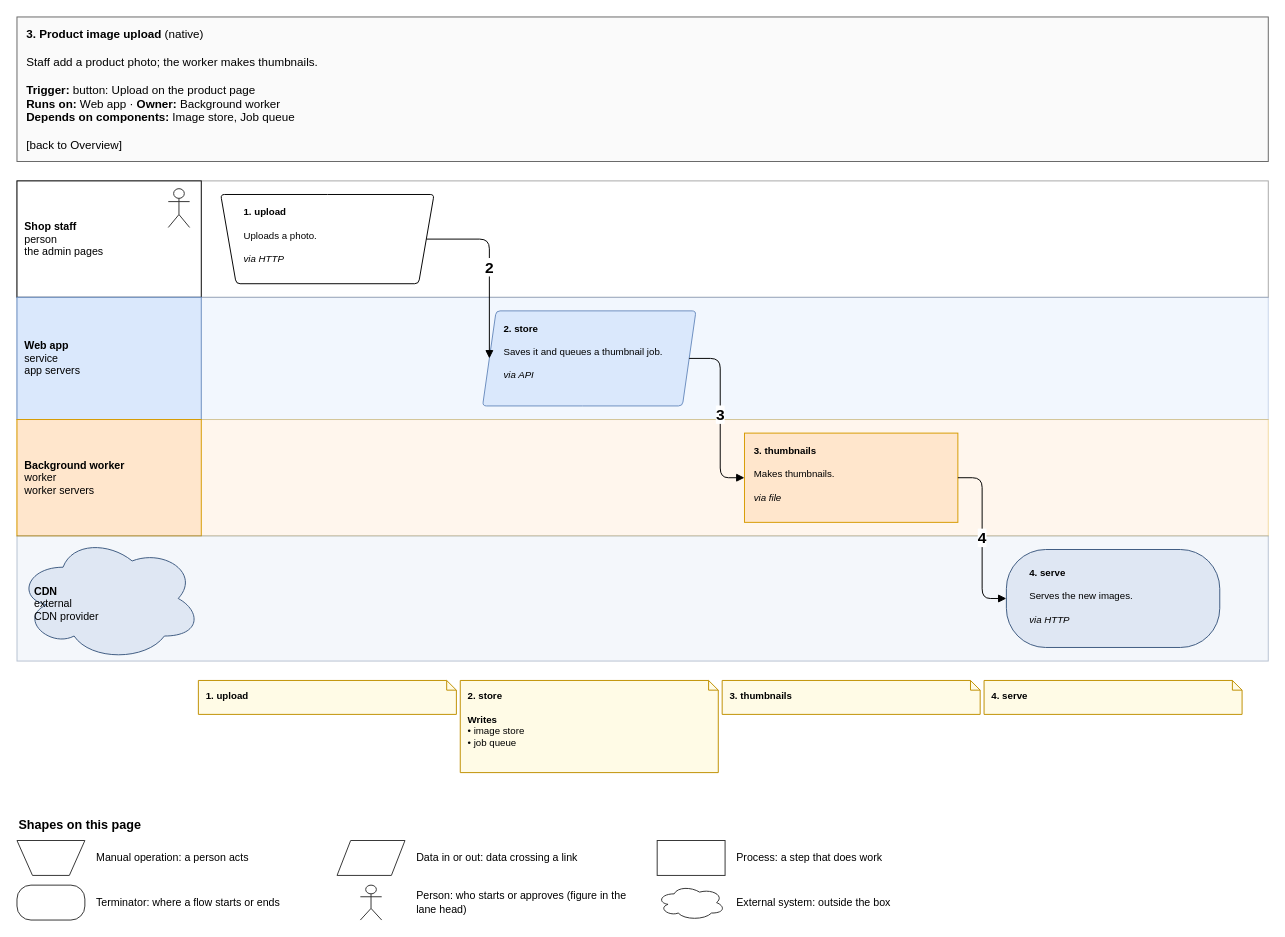
amalikn/skills_stuff keeps this draw.io diagram as page "3. Product image upload" (5 of 7) of specialists/platform/skill-drawio/examples/shop/drawio/flows.drawio. Above is the earlier version. Source tidied: cells renumbered, new cells numbered last; positions are measured from the earlier drawing's top-left corner, leaving out a move shared by most shapes. Both pictures are drawn from the tidied source at 97%, with x=0, y=0 at pixel (16, 16).
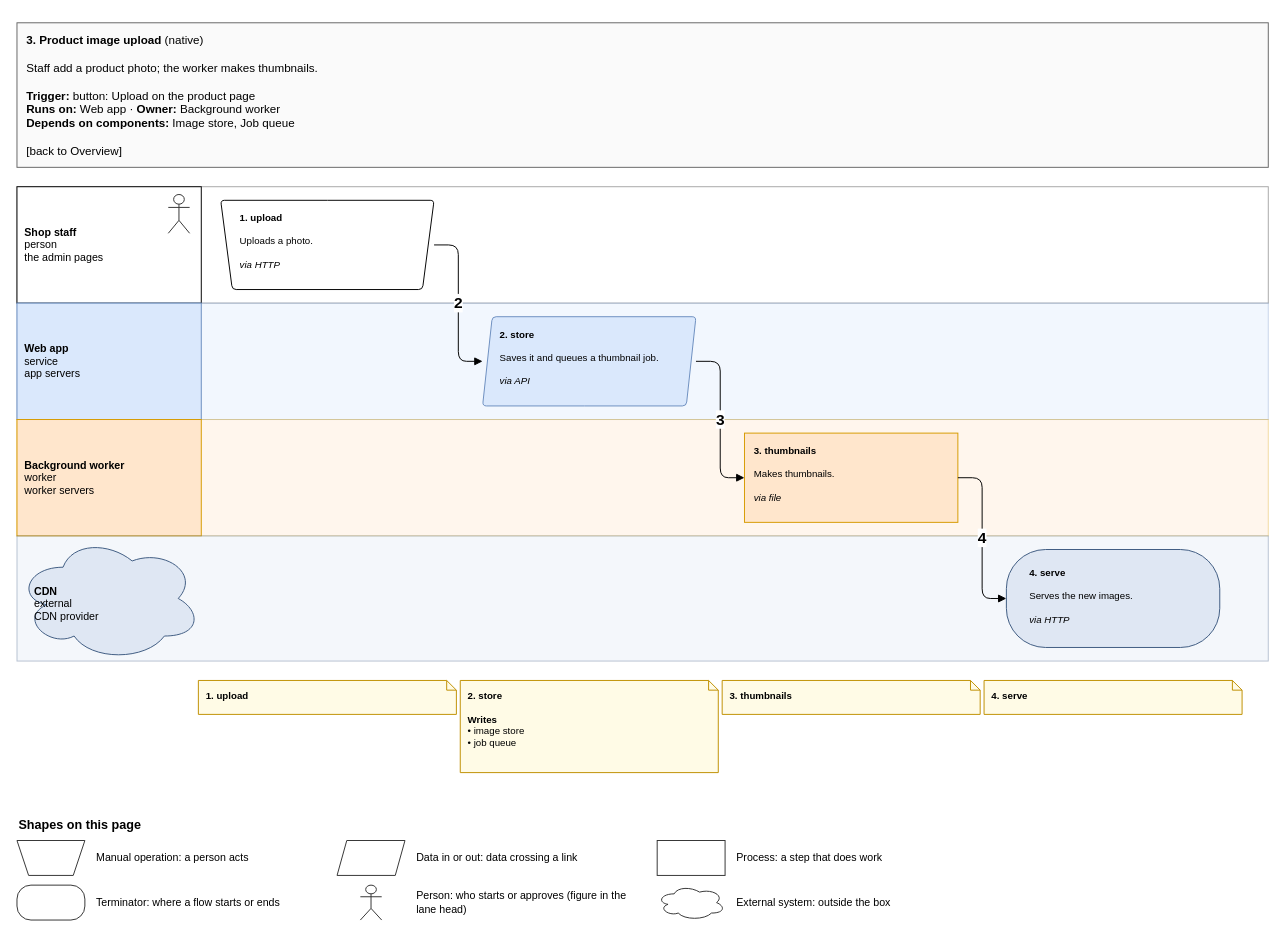
After the change.

Unchanged cells that the change refers to:
```xml
<mxCell id="16" value="&lt;b&gt;3. thumbnails&lt;/b&gt;&lt;br&gt; &lt;br&gt;Makes thumbnails.&lt;br&gt; &lt;br&gt;&lt;i&gt;via file&lt;/i&gt;" style="rounded=1;whiteSpace=wrap;html=1;fillColor=#ffe6cc;strokeColor=#d79b00;fontSize=11;arcSize=8;fontSize=10;align=left;verticalAlign=top;spacingLeft=8;spacingRight=6;spacingTop=6;rounded=0;" parent="1" vertex="1">
  <mxGeometry x="750" y="429" width="220" height="92" as="geometry" />
</mxCell>
```

The edit, as a diff of the source:
```diff
@@
     <mxCell id="2" value="&lt;b&gt;3. Product image upload&lt;/b&gt; (native)&lt;br&gt; &lt;br&gt;Staff add a product photo; the worker makes thumbnails.&lt;br&gt; &lt;br&gt;&lt;b&gt;Trigger:&lt;/b&gt; button: Upload on the product page&lt;br&gt;&lt;b&gt;Runs on:&lt;/b&gt; Web app · &lt;b&gt;Owner:&lt;/b&gt; Background worker&lt;br&gt;&lt;b&gt;Depends on components:&lt;/b&gt; Image store, Job queue&lt;br&gt; &lt;br&gt;[back to Overview]" style="rounded=0;whiteSpace=wrap;html=1;fillColor=#fafafa;strokeColor=#666666;align=left;verticalAlign=top;spacingLeft=8;spacingTop=4;fontSize=12;" parent="1" vertex="1">
-      <mxGeometry width="1290" height="149" as="geometry" />
+      <mxGeometry y="6" width="1290" height="149" as="geometry" />
     </mxCell>
     <mxCell id="3" style="rounded=0;html=1;fillColor=#ffffff;strokeColor=#000000;opacity=35;" parent="1" vertex="1">
-      <mxGeometry y="169" width="1290" height="120" as="geometry" />
+      <mxGeometry y="175" width="1290" height="120" as="geometry" />
     </mxCell>
     <mxCell id="4" value="&lt;b&gt;Shop staff&lt;/b&gt;&lt;br&gt;person&lt;br&gt;the admin pages" style="rounded=1;whiteSpace=wrap;html=1;fillColor=#ffffff;strokeColor=#000000;fontSize=11;arcSize=8;rounded=0;align=left;spacingLeft=6;rounded=0;spacingRight=40;" parent="1" vertex="1">
-      <mxGeometry y="169" width="190" height="120" as="geometry" />
+      <mxGeometry y="175" width="190" height="120" as="geometry" />
     </mxCell>
     <mxCell id="5" style="shape=umlActor;verticalLabelPosition=bottom;verticalAlign=top;fillColor=#ffffff;strokeColor=#333333;" parent="1" vertex="1">
-      <mxGeometry x="156" y="177" width="22" height="40" as="geometry" />
+      <mxGeometry x="156" y="183" width="22" height="40" as="geometry" />
     </mxCell>
     <mxCell id="6" style="rounded=0;html=1;fillColor=#dae8fc;strokeColor=#6c8ebf;opacity=35;" parent="1" vertex="1">
-      <mxGeometry y="289" width="1290" height="126" as="geometry" />
+      <mxGeometry y="295" width="1290" height="120" as="geometry" />
     </mxCell>
     <mxCell id="7" value="&lt;b&gt;Web app&lt;/b&gt;&lt;br&gt;service&lt;br&gt;app servers" style="rounded=1;whiteSpace=wrap;html=1;fillColor=#dae8fc;strokeColor=#6c8ebf;fontSize=11;arcSize=8;rounded=0;align=left;spacingLeft=6;rounded=0;" parent="1" vertex="1">
-      <mxGeometry y="289" width="190" height="126" as="geometry" />
+      <mxGeometry y="295" width="190" height="120" as="geometry" />
     </mxCell>
@@
-    <mxCell id="12" value="&lt;b&gt;1. upload&lt;/b&gt;&lt;br&gt; &lt;br&gt;Uploads a photo.&lt;br&gt; &lt;br&gt;&lt;i&gt;via HTTP&lt;/i&gt;" style="rounded=1;whiteSpace=wrap;html=1;fillColor=#ffffff;strokeColor=#000000;fontSize=11;arcSize=8;fontSize=10;align=left;verticalAlign=top;spacingLeft=8;spacingRight=6;spacingTop=6;shape=trapezoid;perimeter=trapezoidPerimeter;flipV=1;fixedSize=1;size=16;spacingLeft=22;spacingRight=22;" parent="1" vertex="1">
-      <mxGeometry x="210" y="183" width="220" height="92" as="geometry" />
+    <mxCell id="12" value="&lt;b&gt;1. upload&lt;/b&gt;&lt;br&gt; &lt;br&gt;Uploads a photo.&lt;br&gt; &lt;br&gt;&lt;i&gt;via HTTP&lt;/i&gt;" style="rounded=1;whiteSpace=wrap;html=1;fillColor=#ffffff;strokeColor=#000000;fontSize=11;arcSize=8;fontSize=10;align=left;verticalAlign=top;spacingLeft=8;spacingRight=6;spacingTop=6;shape=trapezoid;perimeter=trapezoidPerimeter;flipV=1;fixedSize=1;size=12;spacingLeft=18;spacingRight=18;" parent="1" vertex="1">
+      <mxGeometry x="210" y="189" width="220" height="92" as="geometry" />
     </mxCell>
@@
-    <mxCell id="14" value="&lt;b&gt;2. store&lt;/b&gt;&lt;br&gt; &lt;br&gt;Saves it and queues a thumbnail job.&lt;br&gt; &lt;br&gt;&lt;i&gt;via API&lt;/i&gt;" style="rounded=1;whiteSpace=wrap;html=1;fillColor=#dae8fc;strokeColor=#6c8ebf;fontSize=11;arcSize=8;fontSize=10;align=left;verticalAlign=top;spacingLeft=8;spacingRight=6;spacingTop=6;shape=parallelogram;perimeter=parallelogramPerimeter;fixedSize=1;size=14;spacingLeft=20;spacingRight=20;" parent="1" vertex="1">
-      <mxGeometry x="480" y="303" width="220" height="98" as="geometry" />
+    <mxCell id="14" value="&lt;b&gt;2. store&lt;/b&gt;&lt;br&gt; &lt;br&gt;Saves it and queues a thumbnail job.&lt;br&gt; &lt;br&gt;&lt;i&gt;via API&lt;/i&gt;" style="rounded=1;whiteSpace=wrap;html=1;fillColor=#dae8fc;strokeColor=#6c8ebf;fontSize=11;arcSize=8;fontSize=10;align=left;verticalAlign=top;spacingLeft=8;spacingRight=6;spacingTop=6;shape=parallelogram;perimeter=parallelogramPerimeter;fixedSize=1;size=10;spacingLeft=16;spacingRight=16;" parent="1" vertex="1">
+      <mxGeometry x="480" y="309" width="220" height="92" as="geometry" />
     </mxCell>
@@
-    <mxCell id="21" style="whiteSpace=wrap;html=1;fillColor=#ffffff;strokeColor=#333333;shape=trapezoid;perimeter=trapezoidPerimeter;flipV=1;fixedSize=1;size=16;spacingLeft=22;spacingRight=22;" parent="1" vertex="1">
+    <mxCell id="21" style="whiteSpace=wrap;html=1;fillColor=#ffffff;strokeColor=#333333;shape=trapezoid;perimeter=trapezoidPerimeter;flipV=1;fixedSize=1;size=12;spacingLeft=18;spacingRight=18;" parent="1" vertex="1">
       <mxGeometry y="849" width="70" height="36" as="geometry" />
     </mxCell>
@@
-    <mxCell id="23" style="whiteSpace=wrap;html=1;fillColor=#ffffff;strokeColor=#333333;shape=parallelogram;perimeter=parallelogramPerimeter;fixedSize=1;size=14;spacingLeft=20;spacingRight=20;" parent="1" vertex="1">
+    <mxCell id="23" style="whiteSpace=wrap;html=1;fillColor=#ffffff;strokeColor=#333333;shape=parallelogram;perimeter=parallelogramPerimeter;fixedSize=1;size=10;spacingLeft=16;spacingRight=16;" parent="1" vertex="1">
       <mxGeometry x="330" y="849" width="70" height="36" as="geometry" />
     </mxCell>
@@
-    <mxCell id="33" value="2" style="edgeStyle=orthogonalEdgeStyle;rounded=1;html=1;endArrow=block;endFill=1;fontSize=16;fontStyle=1;labelBackgroundColor=#ffffff;exitX=1;exitY=0.5;entryX=0;entryY=0.5;" parent="1" edge="1" source="12" target="14">
+    <mxCell id="33" value="2" style="edgeStyle=orthogonalEdgeStyle;rounded=1;html=1;endArrow=block;endFill=1;fontSize=16;fontStyle=1;labelBackgroundColor=#ffffff;exitX=1;exitY=0.5;entryX=0;entryY=0.5;exitPerimeter=0;entryPerimeter=0;" parent="1" edge="1" source="12" target="14">
       <mxGeometry relative="1" as="geometry" />
     </mxCell>
-    <mxCell id="34" value="3" style="edgeStyle=orthogonalEdgeStyle;rounded=1;html=1;endArrow=block;endFill=1;fontSize=16;fontStyle=1;labelBackgroundColor=#ffffff;exitX=1;exitY=0.5;entryX=0;entryY=0.5;" parent="1" edge="1" source="14" target="16">
+    <mxCell id="34" value="3" style="edgeStyle=orthogonalEdgeStyle;rounded=1;html=1;endArrow=block;endFill=1;fontSize=16;fontStyle=1;labelBackgroundColor=#ffffff;exitX=1;exitY=0.5;entryX=0;entryY=0.5;exitPerimeter=0;" parent="1" edge="1" source="14" target="16">
       <mxGeometry relative="1" as="geometry" />
     </mxCell>
```
